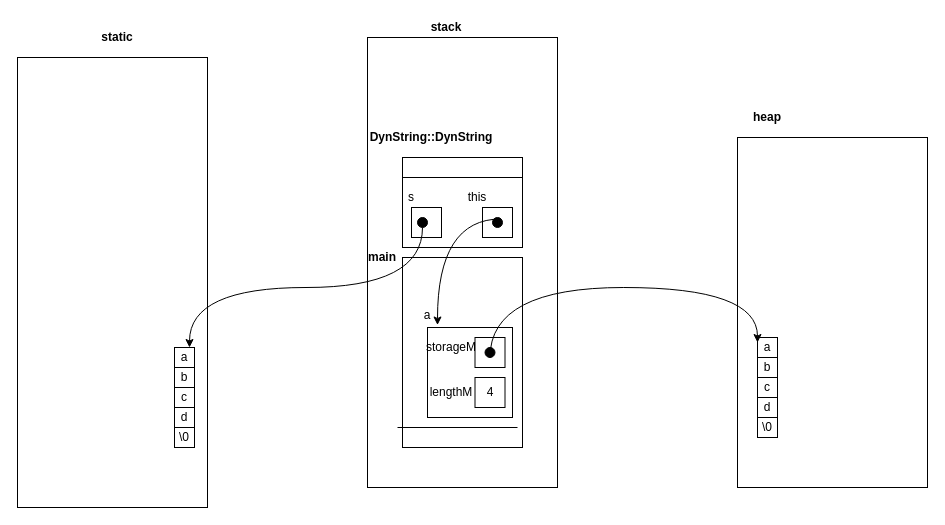
Before: page "Exe_D_point_1" (7 of 11) of ENSF_619_Lab3.drawio in ENSF-619/Lab_3, a draw.io diagram. Source tidied: cells renumbered, new cells numbered last; positions are measured from the earlier drawing's top-left corner, leaving out a move shared by most shapes. Both pictures are drawn from the tidied source at 100%, with x=0, y=0 at pixel (17, 17).
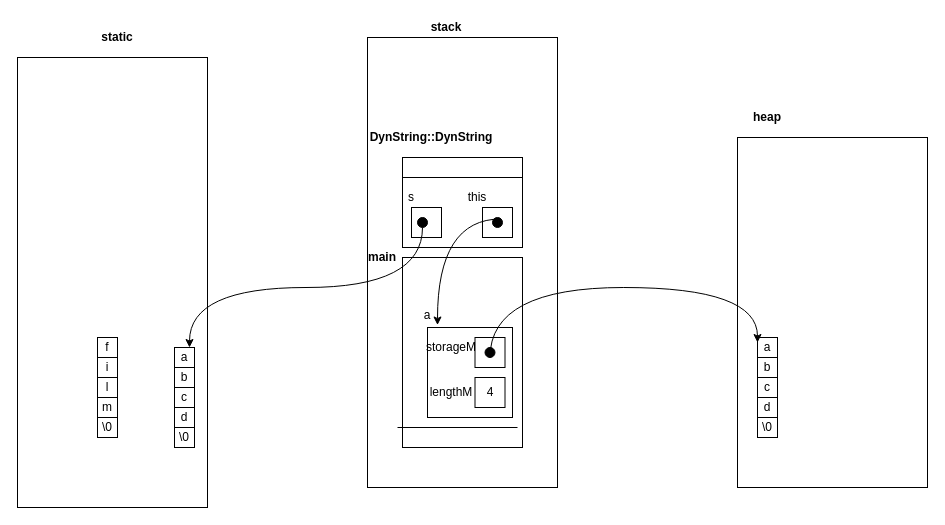
The same diagram, later.

The edit, as a diff of the source:
```diff
@@
+    <mxCell id="40" value="m" style="rounded=0;whiteSpace=wrap;html=1;" parent="1" vertex="1">
+      <mxGeometry x="80" y="380" width="20" height="20" as="geometry" />
+    </mxCell>
+    <mxCell id="41" value="l" style="rounded=0;whiteSpace=wrap;html=1;" parent="1" vertex="1">
+      <mxGeometry x="80" y="360" width="20" height="20" as="geometry" />
+    </mxCell>
+    <mxCell id="42" value="i" style="rounded=0;whiteSpace=wrap;html=1;" parent="1" vertex="1">
+      <mxGeometry x="80" y="340" width="20" height="20" as="geometry" />
+    </mxCell>
+    <mxCell id="43" value="f" style="rounded=0;whiteSpace=wrap;html=1;" parent="1" vertex="1">
+      <mxGeometry x="80" y="320" width="20" height="20" as="geometry" />
+    </mxCell>
+    <mxCell id="44" value="\0" style="rounded=0;whiteSpace=wrap;html=1;" parent="1" vertex="1">
+      <mxGeometry x="80" y="400" width="20" height="20" as="geometry" />
+    </mxCell>
```
